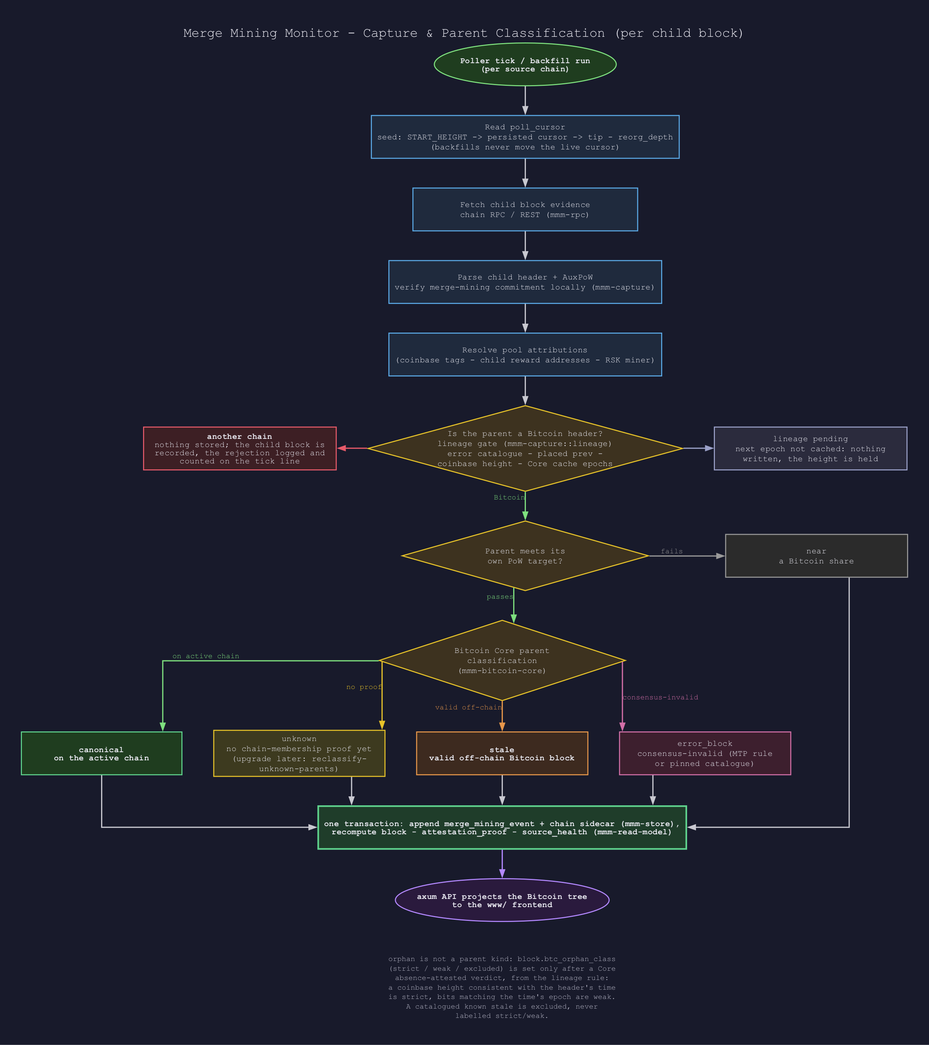
This is docs/img/capture-classification-flow.png from deadmanoz/merge-mining-monitor, a Graphviz export, as it was before one commit. Its source is kept beside it as docs/img/capture-classification-flow.dot.
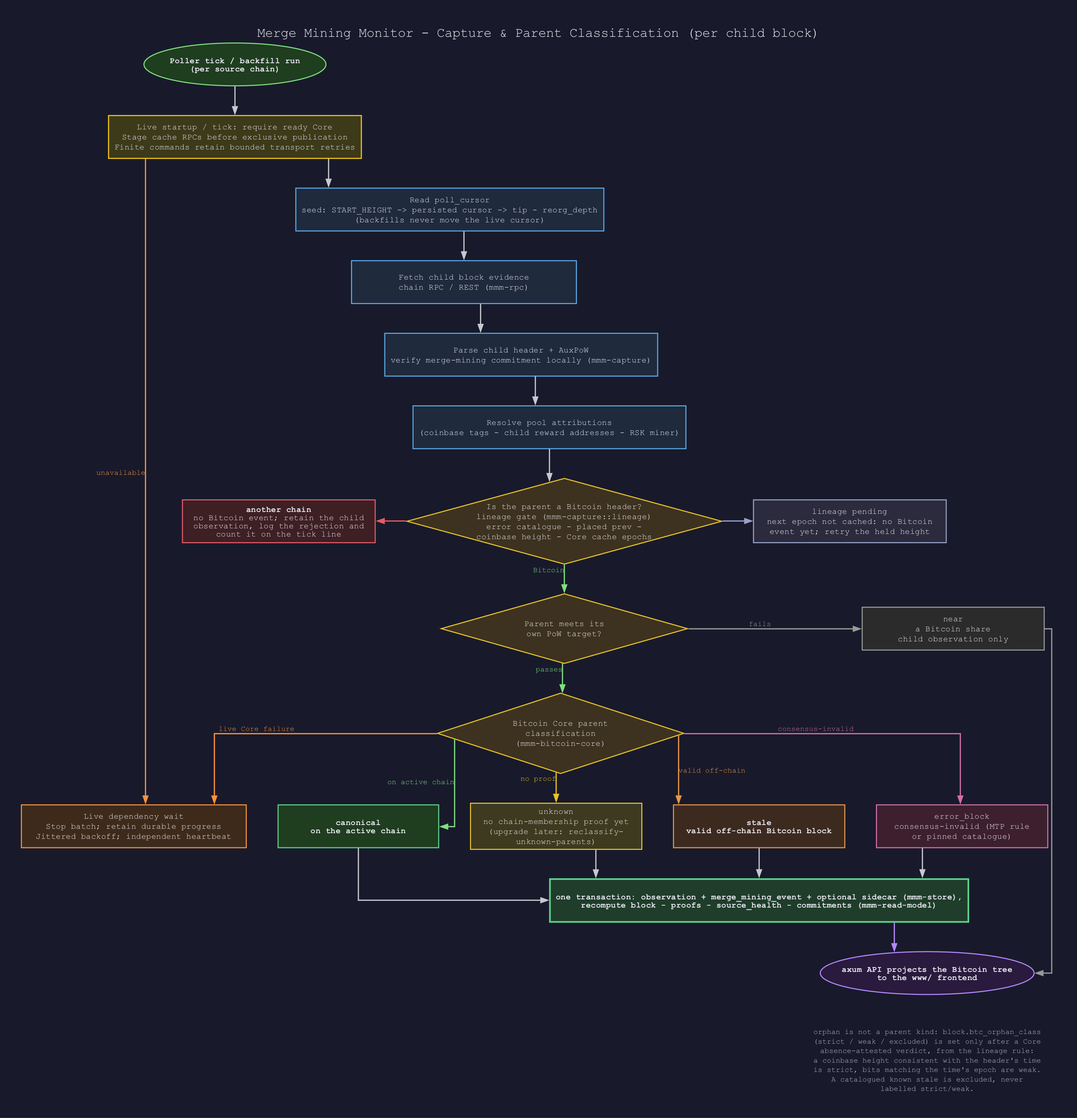
Above is the later version.

What changed in the source:
```diff
@@ -9,6 +9,8 @@
 
   start   [shape=ellipse, width=3.4, fillcolor="#1f3d1f", color="#7ee07e",
            label=<<b>Poller tick / backfill run</b><br/><b>(per source chain)</b>>];
+  readiness [fillcolor="#3d3a1a", color="#facc15", label="Live startup / tick: require ready Core\nStage cache RPCs before exclusive publication\nFinite commands retain bounded transport retries"];
+  waiting [fillcolor="#3d2a1a", color="#fb923c", label="Live dependency wait\nStop batch; retain durable progress\nJittered backoff; independent heartbeat"];
   cursor  [fillcolor="#1f2a3d", color="#5aa9e6",
            label="Read poll_cursor\nseed: START_HEIGHT -> persisted cursor -> tip - reorg_depth\n(backfills never move the live cursor)"];
   fetch   [fillcolor="#1f2a3d", color="#5aa9e6",
@@ -21,14 +23,14 @@
   lineage [shape=diamond, width=5.2, height=1.6, fillcolor="#3d321f", color="#e6c229",
            label="Is the parent a Bitcoin header?\nlineage gate (mmm-capture::lineage)\nerror catalogue - placed prev -\ncoinbase height - Core cache epochs"];
   foreign [fillcolor="#3d1f24", color="#e65a6a", width=3.6,
-           label=<<b>another chain</b><br/>nothing stored; the child block is<br/>recorded, the rejection logged and<br/>counted on the tick line>];
+           label=<<b>another chain</b><br/>no Bitcoin event; retain the child<br/>observation, log the rejection and<br/>count it on the tick line>];
   pending [fillcolor="#2b2b3d", color="#9aa0c8", width=3.6,
-           label="lineage pending\nnext epoch not cached: nothing\nwritten, the height is held"];
+           label="lineage pending\nnext epoch not cached: no Bitcoin\nevent yet; retry the held height"];
 
   target  [shape=diamond, width=4.6, height=1.3, fillcolor="#3d321f", color="#e6c229",
            label="Parent meets its\nown PoW target?"];
   near    [fillcolor="#2b2b2b", color="#999999", width=3.4,
-           label="near\na Bitcoin share"];
+           label="near\na Bitcoin share\nchild observation only"];
 
   core    [shape=diamond, width=4.6, height=1.5, fillcolor="#3d321f", color="#e6c229",
            label="Bitcoin Core parent\nclassification\n(mmm-bitcoin-core)"];
@@ -42,14 +44,16 @@
            label="error_block\nconsensus-invalid (MTP rule\nor pinned catalogue)"];
 
   write   [fillcolor="#1f3d2a", color="#5fd38d", width=5.6, penwidth=2.2,
-           label=<<b>one transaction: append merge_mining_event + chain sidecar (mmm-store),</b><br/><b>recompute block - attestation_proof - source_health (mmm-read-model)</b>>];
+           label=<<b>one transaction: observation + merge_mining_event + optional sidecar (mmm-store),</b><br/><b>recompute block - proofs - source_health - commitments (mmm-read-model)</b>>];
   api     [shape=ellipse, width=3.8, fillcolor="#2a1a3d", color="#b388ff",
            label=<<b>axum API projects the Bitcoin tree</b><br/><b>to the www/ frontend</b>>];
 
   note    [shape=plaintext, style="", width=4.8, fontcolor="#b8b8c8", fontsize=10,
            label="orphan is not a parent kind: block.btc_orphan_class\n(strict / weak / excluded) is set only after a Core\nabsence-attested verdict, from the lineage rule:\na coinbase height consistent with the header's time\nis strict, bits matching the time's epoch are weak.\nA catalogued known stale is excluded, never\nlabelled strict/weak."];
 
-  start -> cursor -> fetch -> parse -> pools -> lineage;
+  start -> readiness -> cursor -> fetch -> parse -> pools -> lineage;
+  readiness -> waiting [xlabel="unavailable", color="#fb923c", fontcolor="#fb923c"];
+  core -> waiting [xlabel="live Core failure", color="#fb923c", fontcolor="#fb923c"];
   foreign -> lineage [color="#e65a6a", dir=back];
   lineage -> pending [color="#9aa0c8"];
   lineage -> target  [xlabel="Bitcoin", fontcolor="#7ee07e", color="#7ee07e"];
@@ -59,7 +63,7 @@
   core -> unknown    [xlabel="no proof", fontcolor="#e6c229", color="#e6c229"];
   core -> stale      [xlabel="valid off-chain", fontcolor="#e6964a", color="#e6964a"];
   core -> error      [xlabel="consensus-invalid", fontcolor="#d36fa8", color="#d36fa8"];
-  near -> write;
+  near -> api [color="#999999"];
   canonical -> write;
   unknown -> write;
   stale -> write;
```
